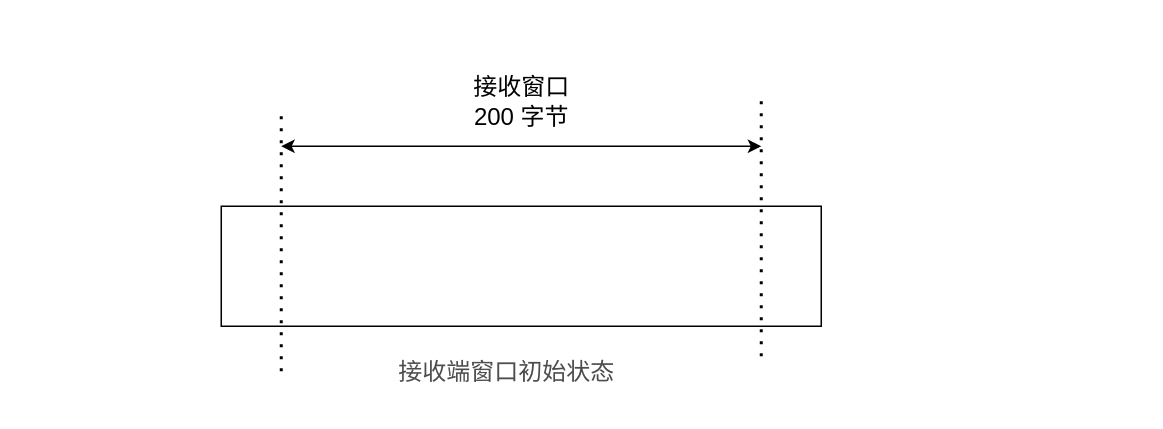
The draw.io diagram 网络/quic/flowcontrol.drawio in xiaolincoder/ImageHost4, before the edit. Source tidied: cells renumbered, new cells numbered last; positions are measured from the earlier drawing's top-left corner, leaving out a move shared by most shapes. Both pictures are drawn from the tidied source at 150%, with x=0, y=0 at pixel (220, 70).
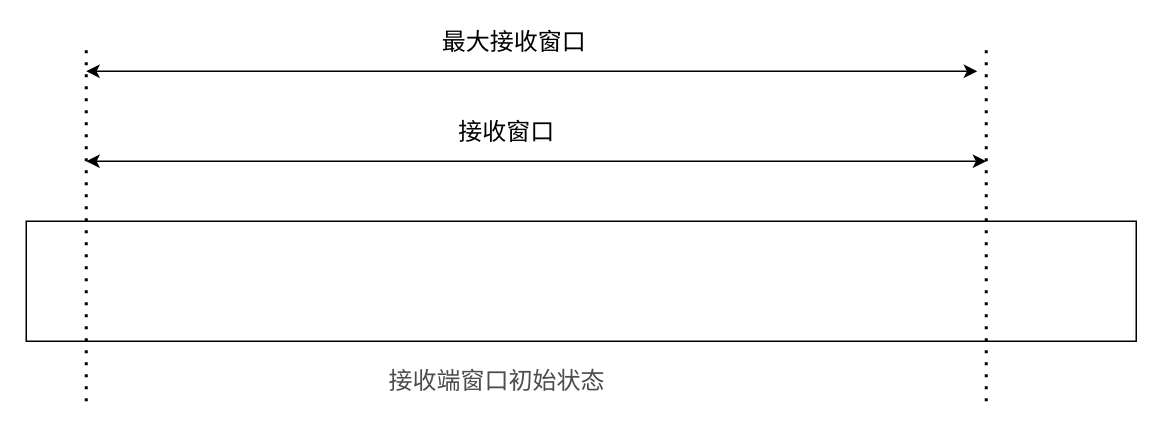
After the change.

What changed in the source:
```diff
@@
 <mxGraphModel>
   <root>
     <mxCell id="0" />
     <mxCell id="1" parent="0" />
-    <mxCell id="2" style="rounded=0;whiteSpace=wrap;html=1;" parent="1" vertex="1">
-      <mxGeometry y="90" width="400" height="80" as="geometry" />
-    </mxCell>
+    <mxCell id="8" style="rounded=0;whiteSpace=wrap;html=1;" parent="1" vertex="1">
+      <mxGeometry x="-130" y="100" width="740" height="80" as="geometry" />
+    </mxCell>
+    <mxCell id="9" style="endArrow=none;dashed=1;html=1;dashPattern=1 3;strokeWidth=2;rounded=0;" parent="1" edge="1">
+      <mxGeometry relative="1" as="geometry">
+        <mxPoint x="-90" y="220" as="sourcePoint" />
+        <mxPoint x="-90" y="-20" as="targetPoint" />
+      </mxGeometry>
+    </mxCell>
+    <mxCell id="10" style="endArrow=none;dashed=1;html=1;dashPattern=1 3;strokeWidth=2;rounded=0;" parent="1" edge="1">
+      <mxGeometry relative="1" as="geometry">
+        <mxPoint x="510" y="220" as="sourcePoint" />
+        <mxPoint x="510" y="-20" as="targetPoint" />
+      </mxGeometry>
+    </mxCell>
+    <mxCell id="11" value="接收窗口" style="text;html=1;align=center;verticalAlign=middle;strokeColor=none;fillColor=none;fontSize=16;" parent="1" vertex="1">
+      <mxGeometry x="150" y="30" width="80" height="20" as="geometry" />
+    </mxCell>
+    <mxCell id="12" style="endArrow=classic;startArrow=classic;html=1;rounded=0;" parent="1" edge="1">
+      <mxGeometry relative="1" as="geometry">
+        <mxPoint x="-90" y="60" as="sourcePoint" />
+        <mxPoint x="510" y="60" as="targetPoint" />
+      </mxGeometry>
+    </mxCell>
+    <mxCell id="13" style="endArrow=classic;startArrow=classic;html=1;rounded=0;fontSize=16;" parent="1" edge="1">
+      <mxGeometry relative="1" as="geometry">
+        <mxPoint x="-90" as="sourcePoint" />
+        <mxPoint x="504" as="targetPoint" />
+      </mxGeometry>
+    </mxCell>
+    <mxCell id="14" value="最大接收窗口" style="text;html=1;align=center;verticalAlign=middle;strokeColor=none;fillColor=none;fontSize=16;" parent="1" vertex="1">
+      <mxGeometry x="140" y="-30" width="110" height="20" as="geometry" />
+    </mxCell>
-    <mxCell id="3" value="&lt;span style=&quot;color: rgb(77 , 77 , 77) ; font-family: , &amp;#34;sf ui text&amp;#34; , &amp;#34;arial&amp;#34; , &amp;#34;pingfang sc&amp;#34; , &amp;#34;hiragino sans gb&amp;#34; , &amp;#34;microsoft yahei&amp;#34; , &amp;#34;wenquanyi micro hei&amp;#34; , sans-serif , &amp;#34;simhei&amp;#34; , &amp;#34;simsun&amp;#34; ; font-size: 16px ; background-color: rgb(255 , 255 , 255)&quot;&gt;接收端窗口初始状态&lt;/span&gt;" style="text;html=1;align=center;verticalAlign=middle;strokeColor=none;fillColor=none;" parent="1" vertex="1">
-      <mxGeometry x="110" y="190" width="160" height="20" as="geometry" />
+    <mxCell id="3" value="&lt;span style=&quot;color: rgb(77, 77, 77); font-size: 16px; font-style: normal; font-weight: 400; letter-spacing: normal; text-indent: 0px; text-transform: none; word-spacing: 0px; background-color: rgb(255, 255, 255); display: inline; float: none;&quot;&gt;接收端窗口初始状态&lt;/span&gt;" style="text;whiteSpace=wrap;html=1;fontSize=16;" parent="1" vertex="1">
+      <mxGeometry x="110" y="190" width="170" height="30" as="geometry" />
     </mxCell>
-    <mxCell id="4" style="endArrow=none;dashed=1;html=1;dashPattern=1 3;strokeWidth=2;rounded=0;" parent="1" edge="1">
-      <mxGeometry relative="1" as="geometry">
-        <mxPoint x="40" y="200" as="sourcePoint" />
-        <mxPoint x="40" y="30" as="targetPoint" />
-      </mxGeometry>
-    </mxCell>
-    <mxCell id="5" style="endArrow=none;dashed=1;html=1;dashPattern=1 3;strokeWidth=2;rounded=0;" parent="1" edge="1">
-      <mxGeometry relative="1" as="geometry">
-        <mxPoint x="360" y="190" as="sourcePoint" />
-        <mxPoint x="360" y="20" as="targetPoint" />
-      </mxGeometry>
-    </mxCell>
-    <mxCell id="6" value="接收窗口&lt;br&gt;200 字节" style="text;html=1;align=center;verticalAlign=middle;strokeColor=none;fillColor=none;fontSize=16;" parent="1" vertex="1">
-      <mxGeometry x="160" width="80" height="40" as="geometry" />
-    </mxCell>
-    <mxCell id="7" style="endArrow=classic;startArrow=classic;html=1;rounded=0;" parent="1" edge="1">
-      <mxGeometry relative="1" as="geometry">
-        <mxPoint x="40" y="50" as="sourcePoint" />
-        <mxPoint x="360" y="50" as="targetPoint" />
-      </mxGeometry>
-    </mxCell>
   </root>
 </mxGraphModel>
```
